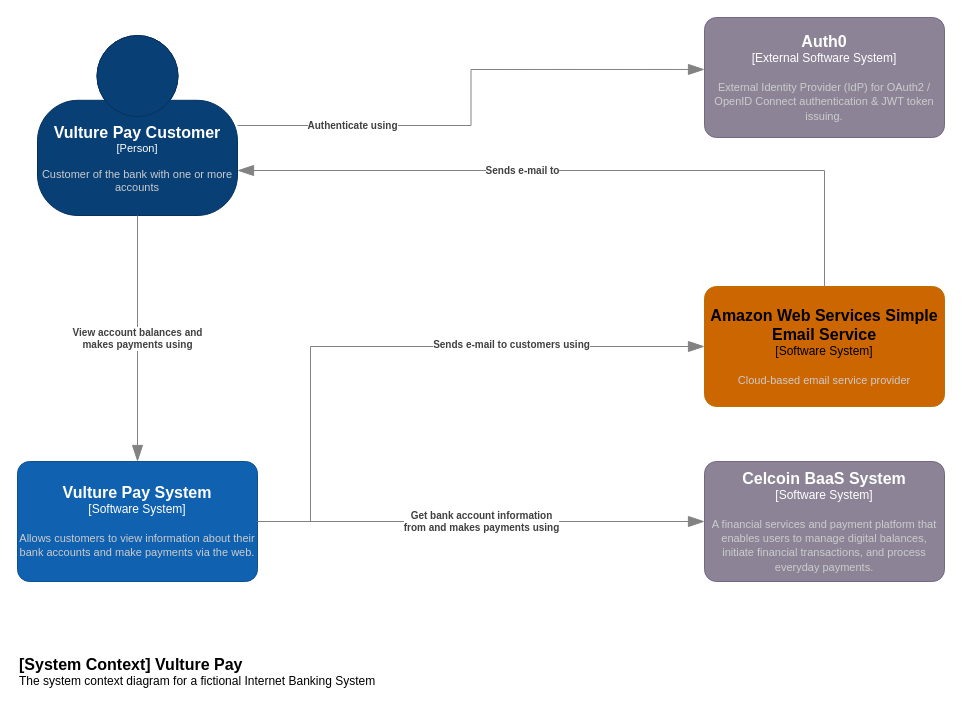
Earlier version of the draw.io diagram page "System Context" (1 of 4) of docs/vulture.pay.architecture.drawio (laboratorio-net/vulture-pay-core-payments). Source tidied: cells renumbered, new cells numbered last; positions are measured from the earlier drawing's top-left corner, leaving out a move shared by most shapes. Both pictures are drawn from the tidied source at 100%, with x=0, y=0 at pixel (17, 17).
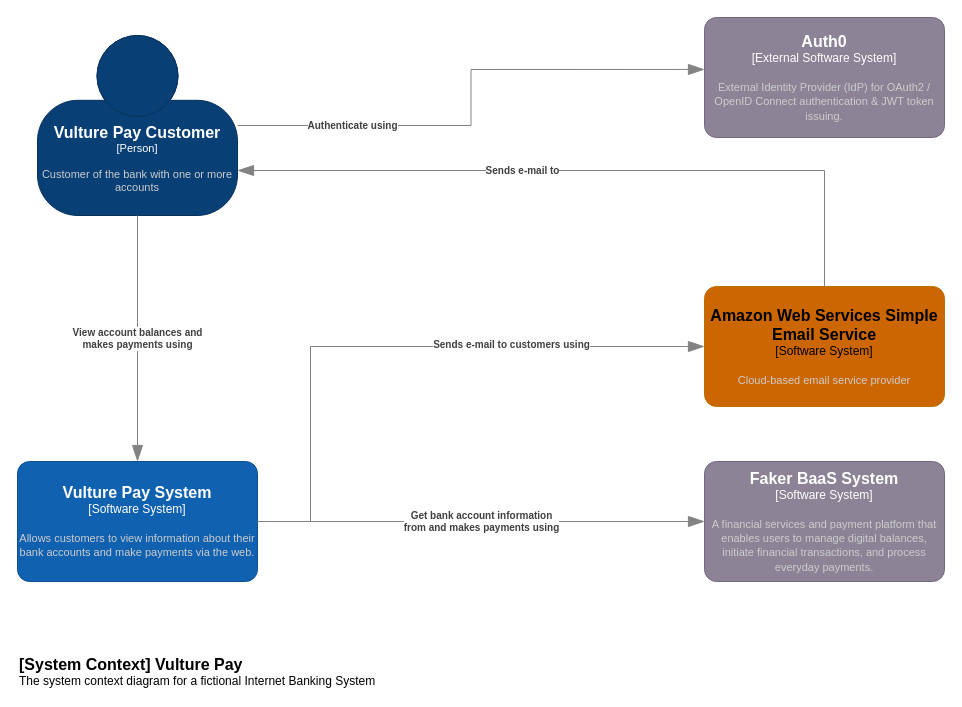
The same diagram, later.

The edit, as a diff of the source:
```diff
@@
-    <object id="4" label="&lt;font style=&quot;font-size: 16px&quot;&gt;&lt;b&gt;%c4Name%&lt;/b&gt;&lt;/font&gt;&lt;div&gt;[%c4Type%]&lt;/div&gt;&lt;br&gt;&lt;div&gt;&lt;font style=&quot;font-size: 11px&quot;&gt;&lt;font color=&quot;#cccccc&quot;&gt;%c4Description%&lt;/font&gt;&lt;/div&gt;" c4Description="A financial services and payment platform that enables users to manage digital balances, initiate financial transactions, and process everyday payments." c4Name="Celcoin BaaS System" c4Type="Software System" placeholders="1">
+    <object id="4" label="&lt;font style=&quot;font-size: 16px&quot;&gt;&lt;b&gt;%c4Name%&lt;/b&gt;&lt;/font&gt;&lt;div&gt;[%c4Type%]&lt;/div&gt;&lt;br&gt;&lt;div&gt;&lt;font style=&quot;font-size: 11px&quot;&gt;&lt;font color=&quot;#cccccc&quot;&gt;%c4Description%&lt;/font&gt;&lt;/div&gt;" c4Description="A financial services and payment platform that enables users to manage digital balances, initiate financial transactions, and process everyday payments." c4Name="Faker BaaS System" c4Type="Software System" placeholders="1">
       <mxCell style="rounded=1;whiteSpace=wrap;html=1;labelBackgroundColor=none;fillColor=#8C8496;fontColor=#ffffff;align=center;arcSize=10;strokeColor=#736782;points=[[0.25,0,0],[0.5,0,0],[0.75,0,0],[1,0.25,0],[1,0.5,0],[1,0.75,0],[0.75,1,0],[0.5,1,0],[0.25,1,0],[0,0.75,0],[0,0.5,0],[0,0.25,0]];" parent="1" vertex="1">
         <mxGeometry x="687" y="444" width="240" height="120" as="geometry" />
       </mxCell>
     </object>
```
